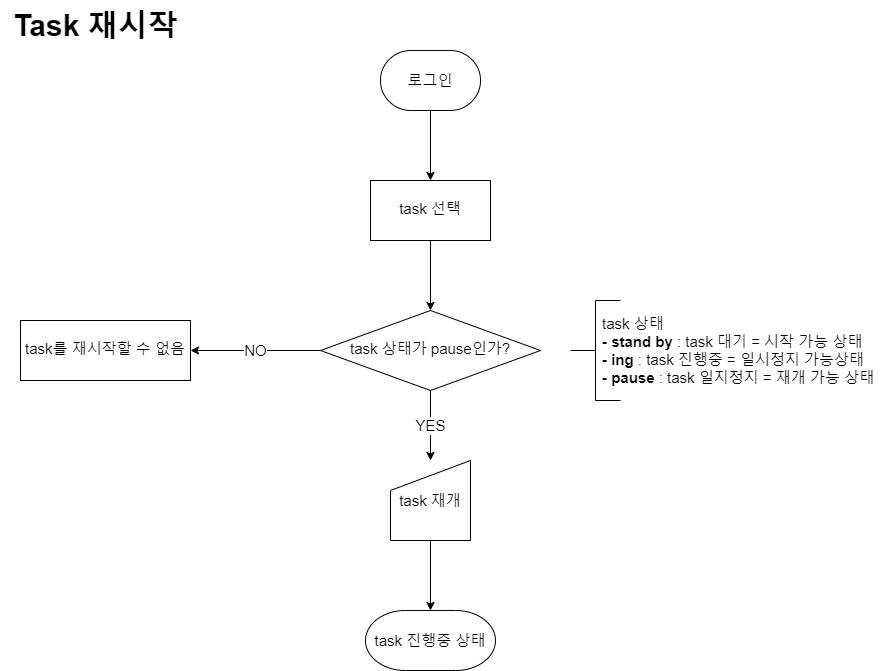
The draw.io diagram timetodo-flowchart/restarting task.png in MEOHIN/todo-pe, before a commit. Source tidied: cells renumbered, new cells last; positions are measured from the earlier drawing's top-left corner, leaving out a move shared by most shapes.
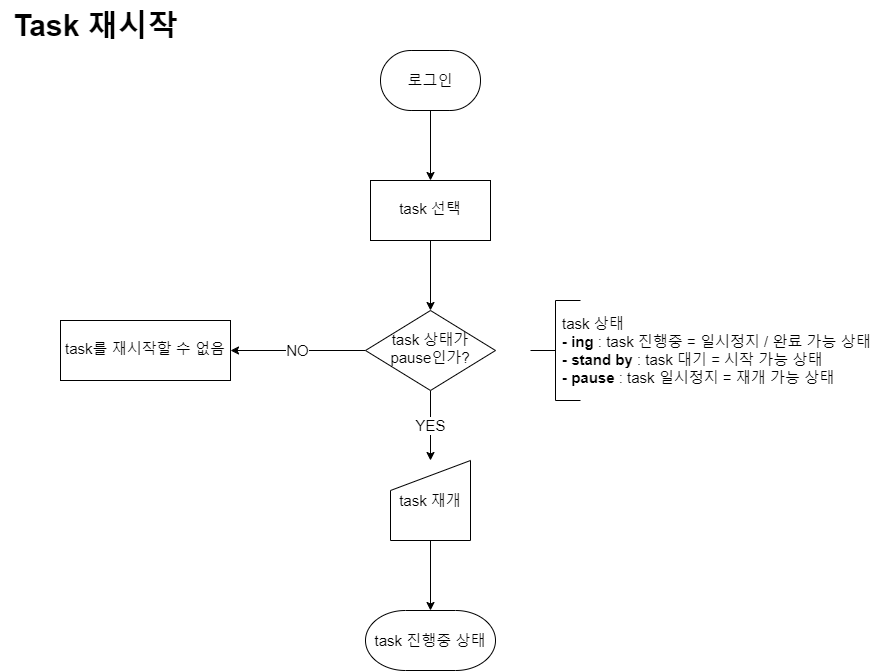
After the change.

Change to the diagram source:
```diff
@@ -11,12 +11,6 @@
     <mxCell id="4" value="task 선택" style="whiteSpace=wrap;html=1;fontSize=15;shadow=0;strokeWidth=1;spacing=6;spacingTop=-4;" parent="1" vertex="1">
       <mxGeometry x="370" y="180" width="120" height="60" as="geometry" />
     </mxCell>
-    <mxCell id="5" value="task 상태&lt;br style=&quot;font-size: 15px;&quot;&gt;&lt;b style=&quot;font-size: 15px;&quot;&gt;- stand by&lt;/b&gt; : task 대기 = 시작 가능 상태&lt;br style=&quot;font-size: 15px;&quot;&gt;&lt;b style=&quot;font-size: 15px;&quot;&gt;- ing&lt;/b&gt; : task 진행중 = 일시정지 가능상태&lt;br style=&quot;font-size: 15px;&quot;&gt;&lt;b style=&quot;font-size: 15px;&quot;&gt;- pause&lt;/b&gt; : task 일지정지 = 재개 가능 상태" style="text;html=1;strokeColor=none;fillColor=none;align=left;verticalAlign=middle;whiteSpace=wrap;rounded=0;fontSize=15;strokeWidth=1;" parent="1" vertex="1">
-      <mxGeometry x="600" y="300" width="280" height="100" as="geometry" />
-    </mxCell>
-    <mxCell id="6" style="strokeWidth=1;html=1;shape=mxgraph.flowchart.annotation_2;align=left;labelPosition=right;fontSize=15;" parent="1" vertex="1">
-      <mxGeometry x="570" y="300" width="50" height="100" as="geometry" />
-    </mxCell>
     <mxCell id="7" value="로그인" style="strokeWidth=1;html=1;shape=mxgraph.flowchart.terminator;whiteSpace=wrap;fontSize=15;" parent="1" vertex="1">
       <mxGeometry x="380" y="50" width="100" height="60" as="geometry" />
     </mxCell>
@@ -41,10 +35,16 @@
       <mxGeometry relative="1" as="geometry" />
     </mxCell>
     <mxCell id="14" value="task 상태가 pause인가?" style="rhombus;whiteSpace=wrap;html=1;fontSize=15;shadow=0;strokeWidth=1;spacing=6;spacingTop=-4;" parent="1" vertex="1">
-      <mxGeometry x="320" y="310" width="220" height="80" as="geometry" />
+      <mxGeometry x="365" y="310" width="130" height="80" as="geometry" />
     </mxCell>
     <mxCell id="15" value="task를 재시작할 수 없음" style="whiteSpace=wrap;html=1;fontSize=15;shadow=0;strokeWidth=1;spacing=6;spacingTop=-4;" parent="1" vertex="1">
-      <mxGeometry x="20" y="320" width="170" height="60" as="geometry" />
+      <mxGeometry x="60" y="320" width="170" height="60" as="geometry" />
     </mxCell>
+    <mxCell id="16" style="strokeWidth=1;html=1;shape=mxgraph.flowchart.annotation_2;align=left;labelPosition=right;fontSize=15;" parent="1" vertex="1">
+      <mxGeometry x="530" y="300" width="50" height="100" as="geometry" />
+    </mxCell>
+    <mxCell id="17" value="task 상태&lt;br style=&quot;font-size: 15px;&quot;&gt;&lt;b style=&quot;font-size: 15px;&quot;&gt;- ing&lt;/b&gt; : task 진행중 = 일시정지 / 완료 가능 상태&lt;br style=&quot;font-size: 15px;&quot;&gt;&lt;b style=&quot;border-color: var(--border-color);&quot;&gt;- stand by&lt;/b&gt;&amp;nbsp;: task 대기 = 시작 가능 상태&lt;br style=&quot;border-color: var(--border-color);&quot;&gt;&lt;b style=&quot;font-size: 15px;&quot;&gt;- pause&lt;/b&gt; : task 일시정지 = 재개 가능 상태" style="text;html=1;strokeColor=none;fillColor=none;align=left;verticalAlign=middle;whiteSpace=wrap;rounded=0;fontSize=15;strokeWidth=1;" parent="1" vertex="1">
+      <mxGeometry x="560" y="300" width="320" height="100" as="geometry" />
+    </mxCell>
   </root>
 </mxGraphModel>
```
